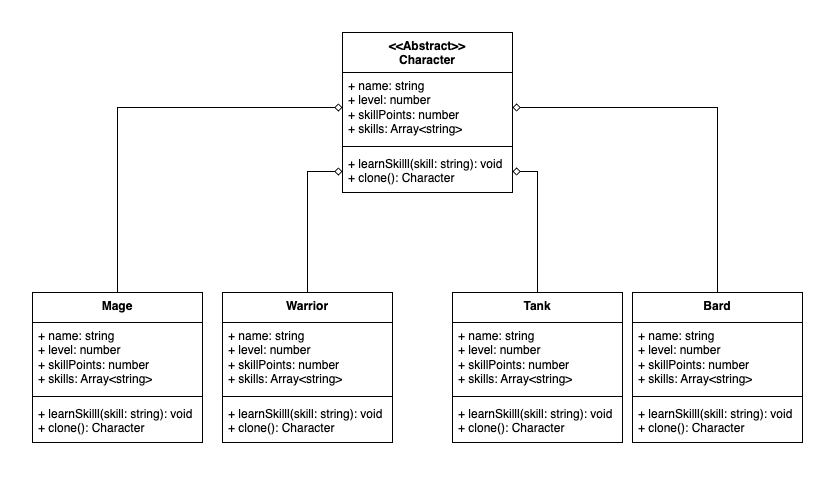
Above: CharacterCloning/assets/Patrones-CharacterCreation.drawio.png in jorgcastellano/DesignPatternDiplomadoG6 (draw.io), before the change. Source tidied: cells renumbered, new cells last; positions are measured from the earlier drawing's top-left corner, leaving out a move shared by most shapes.
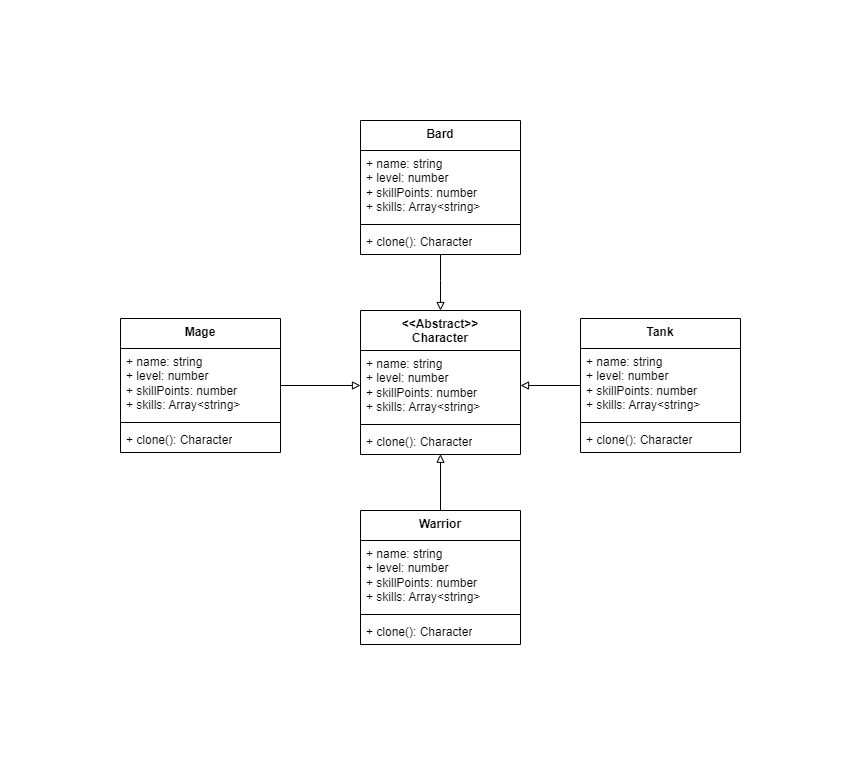
Later version of the same file.

The edit, as a diff of the source:
```diff
@@ -3,76 +3,81 @@
     <mxCell id="0" />
     <mxCell id="1" parent="0" />
     <mxCell id="2" value="&amp;lt;&amp;lt;Abstract&amp;gt;&amp;gt;&lt;br&gt;Character" style="swimlane;fontStyle=1;align=center;verticalAlign=top;horizontal=1;startSize=40;whiteSpace=wrap;html=1;" parent="1" vertex="1">
-      <mxGeometry x="310" width="170" height="160" as="geometry" />
+      <mxGeometry x="180" y="110" width="160" height="144" as="geometry" />
     </mxCell>
     <mxCell id="3" value="+ name: string&lt;br&gt;+ level: number&lt;br&gt;+ skillPoints: number&lt;br&gt;+ skills: Array&amp;lt;string&amp;gt;" style="text;strokeColor=none;fillColor=none;align=left;verticalAlign=top;spacingLeft=4;spacingRight=4;overflow=hidden;points=[[0,0.5],[1,0.5]];portConstraint=eastwest;whiteSpace=wrap;html=1;" parent="2" vertex="1">
-      <mxGeometry y="40" width="170" height="70" as="geometry" />
+      <mxGeometry y="40" width="160" height="70" as="geometry" />
     </mxCell>
     <mxCell id="4" style="line;strokeWidth=1;fillColor=none;align=left;verticalAlign=middle;spacingTop=-1;spacingLeft=3;spacingRight=3;labelPosition=right;strokeColor=inherit;" parent="2" vertex="1">
-      <mxGeometry y="110" width="170" height="8" as="geometry" />
+      <mxGeometry y="110" width="160" height="8" as="geometry" />
     </mxCell>
-    <mxCell id="5" value="+ learnSkilll(skill: string): void&lt;br&gt;+ clone(): Character" style="text;strokeColor=none;fillColor=none;align=left;verticalAlign=top;spacingLeft=4;spacingRight=4;overflow=hidden;points=[[0,0.5],[1,0.5]];portConstraint=eastwest;whiteSpace=wrap;html=1;" parent="2" vertex="1">
-      <mxGeometry y="118" width="170" height="42" as="geometry" />
+    <mxCell id="5" value="+ clone(): Character" style="text;strokeColor=none;fillColor=none;align=left;verticalAlign=top;spacingLeft=4;spacingRight=4;overflow=hidden;points=[[0,0.5],[1,0.5]];portConstraint=eastwest;whiteSpace=wrap;html=1;" parent="2" vertex="1">
+      <mxGeometry y="118" width="160" height="26" as="geometry" />
     </mxCell>
-    <mxCell id="6" style="edgeStyle=orthogonalEdgeStyle;rounded=0;jettySize=auto;html=1;entryX=0;entryY=0.5;entryDx=0;entryDy=0;endArrow=diamond;endFill=0;" parent="1" edge="1" source="7" target="3">
+    <mxCell id="6" style="edgeStyle=orthogonalEdgeStyle;rounded=0;jettySize=auto;html=1;entryX=0;entryY=0.5;entryDx=0;entryDy=0;endArrow=block;endFill=0;" parent="1" edge="1" source="7" target="3">
       <mxGeometry relative="1" as="geometry" />
     </mxCell>
     <mxCell id="7" value="Mage" style="swimlane;fontStyle=1;align=center;verticalAlign=top;horizontal=1;startSize=30;whiteSpace=wrap;html=1;" parent="1" vertex="1">
-      <mxGeometry y="260" width="170" height="150" as="geometry" />
+      <mxGeometry x="-60" y="118" width="160" height="134" as="geometry" />
     </mxCell>
-    <mxCell id="8" value="+ name: string&lt;br&gt;+ level: number&lt;br&gt;+ skillPoints: number&lt;br&gt;+ skills: Array&amp;lt;string&amp;gt;" style="text;strokeColor=none;fillColor=none;align=left;verticalAlign=top;spacingLeft=4;spacingRight=4;overflow=hidden;whiteSpace=wrap;html=1;" parent="7" vertex="1">
-      <mxGeometry y="30" width="170" height="70" as="geometry" />
-    </mxCell>
-    <mxCell id="9" style="line;strokeWidth=1;fillColor=none;align=left;verticalAlign=middle;spacingTop=-1;spacingLeft=3;spacingRight=3;labelPosition=right;strokeColor=inherit;" parent="7" vertex="1">
-      <mxGeometry y="100" width="170" height="8" as="geometry" />
-    </mxCell>
-    <mxCell id="10" value="+ learnSkilll(skill: string): void&lt;br&gt;+ clone(): Character" style="text;strokeColor=none;fillColor=none;align=left;verticalAlign=top;spacingLeft=4;spacingRight=4;overflow=hidden;whiteSpace=wrap;html=1;" parent="7" vertex="1">
-      <mxGeometry y="108" width="170" height="42" as="geometry" />
-    </mxCell>
+    <mxCell id="26" value="+ name: string&lt;br&gt;+ level: number&lt;br&gt;+ skillPoints: number&lt;br&gt;+ skills: Array&amp;lt;string&amp;gt;" style="text;strokeColor=none;fillColor=none;align=left;verticalAlign=top;spacingLeft=4;spacingRight=4;overflow=hidden;whiteSpace=wrap;html=1;" parent="7" vertex="1">
+      <mxGeometry y="30" width="160" height="70" as="geometry" />
+    </mxCell>
+    <mxCell id="27" style="line;strokeWidth=1;fillColor=none;align=left;verticalAlign=middle;spacingTop=-1;spacingLeft=3;spacingRight=3;labelPosition=right;strokeColor=inherit;" parent="7" vertex="1">
+      <mxGeometry y="100" width="160" height="8" as="geometry" />
+    </mxCell>
+    <mxCell id="28" value="+ clone(): Character" style="text;strokeColor=none;fillColor=none;align=left;verticalAlign=top;spacingLeft=4;spacingRight=4;overflow=hidden;whiteSpace=wrap;html=1;" parent="7" vertex="1">
+      <mxGeometry y="108" width="160" height="26" as="geometry" />
+    </mxCell>
+    <mxCell id="12" value="Warrior" style="swimlane;fontStyle=1;align=center;verticalAlign=top;horizontal=1;startSize=30;whiteSpace=wrap;html=1;" parent="1" vertex="1">
+      <mxGeometry x="180" y="310" width="160" height="134" as="geometry" />
+    </mxCell>
+    <mxCell id="29" value="+ name: string&lt;br&gt;+ level: number&lt;br&gt;+ skillPoints: number&lt;br&gt;+ skills: Array&amp;lt;string&amp;gt;" style="text;strokeColor=none;fillColor=none;align=left;verticalAlign=top;spacingLeft=4;spacingRight=4;overflow=hidden;whiteSpace=wrap;html=1;" parent="12" vertex="1">
+      <mxGeometry y="30" width="160" height="70" as="geometry" />
+    </mxCell>
+    <mxCell id="30" style="line;strokeWidth=1;fillColor=none;align=left;verticalAlign=middle;spacingTop=-1;spacingLeft=3;spacingRight=3;labelPosition=right;strokeColor=inherit;" parent="12" vertex="1">
+      <mxGeometry y="100" width="160" height="8" as="geometry" />
+    </mxCell>
+    <mxCell id="31" value="+ clone(): Character" style="text;strokeColor=none;fillColor=none;align=left;verticalAlign=top;spacingLeft=4;spacingRight=4;overflow=hidden;whiteSpace=wrap;html=1;" parent="12" vertex="1">
+      <mxGeometry y="108" width="160" height="26" as="geometry" />
+    </mxCell>
+    <mxCell id="32" style="edgeStyle=orthogonalEdgeStyle;rounded=0;jettySize=auto;html=1;entryX=1;entryY=0.5;entryDx=0;entryDy=0;endArrow=block;endFill=0;" parent="1" edge="1" source="17" target="3">
+      <mxGeometry relative="1" as="geometry" />
+    </mxCell>
+    <mxCell id="17" value="Tank" style="swimlane;fontStyle=1;align=center;verticalAlign=top;horizontal=1;startSize=30;whiteSpace=wrap;html=1;" parent="1" vertex="1">
+      <mxGeometry x="400" y="118" width="160" height="134" as="geometry" />
+    </mxCell>
+    <mxCell id="33" value="+ name: string&lt;br&gt;+ level: number&lt;br&gt;+ skillPoints: number&lt;br&gt;+ skills: Array&amp;lt;string&amp;gt;" style="text;strokeColor=none;fillColor=none;align=left;verticalAlign=top;spacingLeft=4;spacingRight=4;overflow=hidden;whiteSpace=wrap;html=1;" parent="17" vertex="1">
+      <mxGeometry y="30" width="160" height="70" as="geometry" />
+    </mxCell>
+    <mxCell id="34" style="line;strokeWidth=1;fillColor=none;align=left;verticalAlign=middle;spacingTop=-1;spacingLeft=3;spacingRight=3;labelPosition=right;strokeColor=inherit;" parent="17" vertex="1">
+      <mxGeometry y="100" width="160" height="8" as="geometry" />
+    </mxCell>
+    <mxCell id="35" value="+ clone(): Character" style="text;strokeColor=none;fillColor=none;align=left;verticalAlign=top;spacingLeft=4;spacingRight=4;overflow=hidden;whiteSpace=wrap;html=1;" parent="17" vertex="1">
+      <mxGeometry y="108" width="160" height="26" as="geometry" />
+    </mxCell>
+    <mxCell id="36" style="edgeStyle=orthogonalEdgeStyle;rounded=0;jettySize=auto;html=1;entryX=0.5;entryY=0;entryDx=0;entryDy=0;endArrow=block;endFill=0;" parent="1" edge="1" source="22" target="2">
+      <mxGeometry relative="1" as="geometry">
+        <Array as="points">
+          <mxPoint x="260" y="80" />
+          <mxPoint x="260" y="80" />
+        </Array>
+      </mxGeometry>
+    </mxCell>
+    <mxCell id="22" value="Bard" style="swimlane;fontStyle=1;align=center;verticalAlign=top;horizontal=1;startSize=30;whiteSpace=wrap;html=1;" parent="1" vertex="1">
+      <mxGeometry x="180" y="-80" width="160" height="134" as="geometry" />
+    </mxCell>
+    <mxCell id="37" value="+ name: string&lt;br&gt;+ level: number&lt;br&gt;+ skillPoints: number&lt;br&gt;+ skills: Array&amp;lt;string&amp;gt;" style="text;strokeColor=none;fillColor=none;align=left;verticalAlign=top;spacingLeft=4;spacingRight=4;overflow=hidden;whiteSpace=wrap;html=1;" parent="22" vertex="1">
+      <mxGeometry y="30" width="160" height="70" as="geometry" />
+    </mxCell>
+    <mxCell id="38" style="line;strokeWidth=1;fillColor=none;align=left;verticalAlign=middle;spacingTop=-1;spacingLeft=3;spacingRight=3;labelPosition=right;strokeColor=inherit;" parent="22" vertex="1">
+      <mxGeometry y="100" width="160" height="8" as="geometry" />
+    </mxCell>
+    <mxCell id="39" value="+ clone(): Character" style="text;strokeColor=none;fillColor=none;align=left;verticalAlign=top;spacingLeft=4;spacingRight=4;overflow=hidden;whiteSpace=wrap;html=1;" parent="22" vertex="1">
+      <mxGeometry y="108" width="160" height="26" as="geometry" />
+    </mxCell>
-    <mxCell id="11" style="edgeStyle=orthogonalEdgeStyle;rounded=0;jettySize=auto;html=1;endArrow=diamond;endFill=0;" parent="1" edge="1" source="12" target="5">
+    <mxCell id="11" style="edgeStyle=orthogonalEdgeStyle;rounded=0;jettySize=auto;html=1;entryX=0.5;entryY=0.991;entryDx=0;entryDy=0;entryPerimeter=0;endArrow=block;endFill=0;" parent="1" edge="1" source="12" target="5">
       <mxGeometry relative="1" as="geometry" />
     </mxCell>
-    <mxCell id="12" value="Warrior" style="swimlane;fontStyle=1;align=center;verticalAlign=top;horizontal=1;startSize=30;whiteSpace=wrap;html=1;" parent="1" vertex="1">
-      <mxGeometry x="190" y="260" width="170" height="150" as="geometry" />
-    </mxCell>
-    <mxCell id="13" value="+ name: string&lt;br&gt;+ level: number&lt;br&gt;+ skillPoints: number&lt;br&gt;+ skills: Array&amp;lt;string&amp;gt;" style="text;strokeColor=none;fillColor=none;align=left;verticalAlign=top;spacingLeft=4;spacingRight=4;overflow=hidden;whiteSpace=wrap;html=1;" parent="12" vertex="1">
-      <mxGeometry y="30" width="170" height="70" as="geometry" />
-    </mxCell>
-    <mxCell id="14" style="line;strokeWidth=1;fillColor=none;align=left;verticalAlign=middle;spacingTop=-1;spacingLeft=3;spacingRight=3;labelPosition=right;strokeColor=inherit;" parent="12" vertex="1">
-      <mxGeometry y="100" width="170" height="8" as="geometry" />
-    </mxCell>
-    <mxCell id="15" value="+ learnSkilll(skill: string): void&lt;br&gt;+ clone(): Character" style="text;strokeColor=none;fillColor=none;align=left;verticalAlign=top;spacingLeft=4;spacingRight=4;overflow=hidden;whiteSpace=wrap;html=1;" parent="12" vertex="1">
-      <mxGeometry y="108" width="170" height="42" as="geometry" />
-    </mxCell>
-    <mxCell id="16" style="edgeStyle=orthogonalEdgeStyle;rounded=0;jettySize=auto;html=1;entryX=1;entryY=0.5;entryDx=0;entryDy=0;endArrow=diamond;endFill=0;" parent="1" edge="1" source="17" target="5">
-      <mxGeometry relative="1" as="geometry" />
-    </mxCell>
-    <mxCell id="17" value="Tank" style="swimlane;fontStyle=1;align=center;verticalAlign=top;horizontal=1;startSize=30;whiteSpace=wrap;html=1;" parent="1" vertex="1">
-      <mxGeometry x="420" y="260" width="170" height="150" as="geometry" />
-    </mxCell>
-    <mxCell id="18" value="+ name: string&lt;br&gt;+ level: number&lt;br&gt;+ skillPoints: number&lt;br&gt;+ skills: Array&amp;lt;string&amp;gt;" style="text;strokeColor=none;fillColor=none;align=left;verticalAlign=top;spacingLeft=4;spacingRight=4;overflow=hidden;whiteSpace=wrap;html=1;" parent="17" vertex="1">
-      <mxGeometry y="30" width="170" height="70" as="geometry" />
-    </mxCell>
-    <mxCell id="19" style="line;strokeWidth=1;fillColor=none;align=left;verticalAlign=middle;spacingTop=-1;spacingLeft=3;spacingRight=3;labelPosition=right;strokeColor=inherit;" parent="17" vertex="1">
-      <mxGeometry y="100" width="170" height="8" as="geometry" />
-    </mxCell>
-    <mxCell id="20" value="+ learnSkilll(skill: string): void&lt;br&gt;+ clone(): Character" style="text;strokeColor=none;fillColor=none;align=left;verticalAlign=top;spacingLeft=4;spacingRight=4;overflow=hidden;whiteSpace=wrap;html=1;" parent="17" vertex="1">
-      <mxGeometry y="108" width="170" height="42" as="geometry" />
-    </mxCell>
-    <mxCell id="21" style="edgeStyle=orthogonalEdgeStyle;rounded=0;jettySize=auto;html=1;entryX=1;entryY=0.5;entryDx=0;entryDy=0;endArrow=diamond;endFill=0;" parent="1" edge="1" source="22" target="3">
-      <mxGeometry relative="1" as="geometry" />
-    </mxCell>
-    <mxCell id="22" value="Bard" style="swimlane;fontStyle=1;align=center;verticalAlign=top;horizontal=1;startSize=30;whiteSpace=wrap;html=1;" parent="1" vertex="1">
-      <mxGeometry x="600" y="260" width="170" height="150" as="geometry" />
-    </mxCell>
-    <mxCell id="23" value="+ name: string&lt;br&gt;+ level: number&lt;br&gt;+ skillPoints: number&lt;br&gt;+ skills: Array&amp;lt;string&amp;gt;" style="text;strokeColor=none;fillColor=none;align=left;verticalAlign=top;spacingLeft=4;spacingRight=4;overflow=hidden;whiteSpace=wrap;html=1;" parent="22" vertex="1">
-      <mxGeometry y="30" width="170" height="70" as="geometry" />
-    </mxCell>
-    <mxCell id="24" style="line;strokeWidth=1;fillColor=none;align=left;verticalAlign=middle;spacingTop=-1;spacingLeft=3;spacingRight=3;labelPosition=right;strokeColor=inherit;" parent="22" vertex="1">
-      <mxGeometry y="100" width="170" height="8" as="geometry" />
-    </mxCell>
-    <mxCell id="25" value="+ learnSkilll(skill: string): void&lt;br&gt;+ clone(): Character" style="text;strokeColor=none;fillColor=none;align=left;verticalAlign=top;spacingLeft=4;spacingRight=4;overflow=hidden;whiteSpace=wrap;html=1;" parent="22" vertex="1">
-      <mxGeometry y="108" width="170" height="42" as="geometry" />
-    </mxCell>
   </root>
 </mxGraphModel>
```
